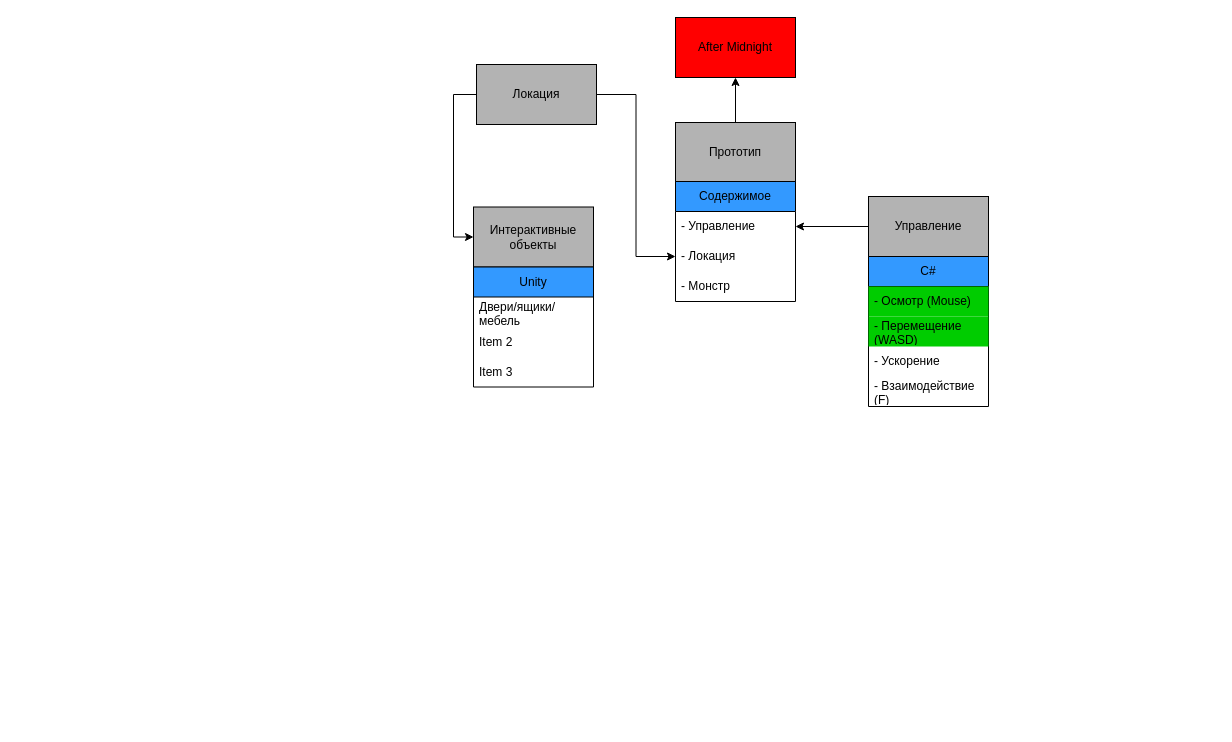
This is Docs/Map progress.drawio from Zurgn/AfterMidnight, a draw.io file, before an edit. Source tidied: cells renumbered, new cells numbered last; positions are measured from the earlier drawing's top-left corner, leaving out a move shared by most shapes. Both pictures are drawn from the tidied source at 100%, with x=0, y=0 at pixel (473, 17).
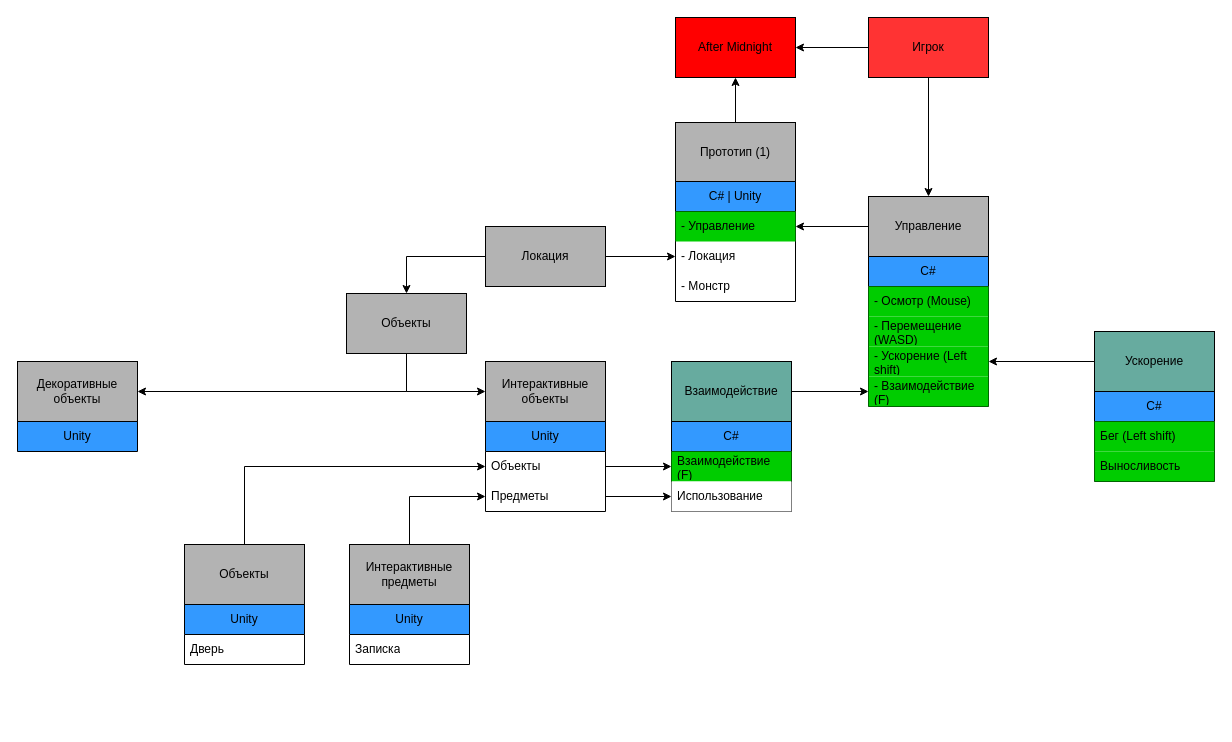
The same page after the edit.

The change refers to these unchanged cells:
```xml
<mxCell id="2" value="After Midnight" style="rounded=0;whiteSpace=wrap;html=1;fillColor=#FF0000;" parent="1" vertex="1">
  <mxGeometry x="202" width="120" height="60" as="geometry" />
</mxCell>
<mxCell id="8" value="Управление" style="rounded=0;whiteSpace=wrap;html=1;fillColor=#B3B3B3;" parent="7" vertex="1">
  <mxGeometry width="120" height="60" as="geometry" />
</mxCell>
<mxCell id="9" value="C#" style="swimlane;fontStyle=0;horizontal=1;startSize=30;whiteSpace=wrap;html=1;fillColor=#3399FF;" parent="7" vertex="1">
  <mxGeometry y="60" width="120" height="150" as="geometry" />
</mxCell>
<mxCell id="14" style="group;" parent="1" vertex="1">
  <mxGeometry x="202" y="105" width="120" height="149" as="geometry" />
</mxCell>
```

The edit, as a diff of the source:
```diff
@@
-    <mxCell id="4" style="edgeStyle=orthogonalEdgeStyle;rounded=0;jettySize=auto;html=1;exitX=0;exitY=0.5;exitDx=0;exitDy=0;entryX=0;entryY=0.5;entryDx=0;entryDy=0;" parent="1" edge="1" source="6" target="21">
-      <mxGeometry relative="1" as="geometry" />
-    </mxCell>
@@
+    <mxCell id="27" style="edgeStyle=orthogonalEdgeStyle;rounded=0;jettySize=auto;html=1;entryX=0.5;entryY=0;entryDx=0;entryDy=0;" parent="1" edge="1" source="6" target="41">
+      <mxGeometry relative="1" as="geometry" />
+    </mxCell>
     <mxCell id="6" value="Локация" style="rounded=0;whiteSpace=wrap;html=1;fillColor=#B3B3B3;" parent="1" vertex="1">
-      <mxGeometry x="3" y="47" width="120" height="60" as="geometry" />
+      <mxGeometry x="12" y="209" width="120" height="60" as="geometry" />
     </mxCell>
@@
-    <mxCell id="12" value="- Ускорение" style="text;align=left;verticalAlign=middle;spacingLeft=4;spacingRight=4;overflow=hidden;points=[[0,0.5],[1,0.5]];portConstraint=eastwest;whiteSpace=wrap;html=1;" parent="9" vertex="1">
+    <mxCell id="12" value="- Ускорение (Left shift)" style="text;align=left;verticalAlign=middle;spacingLeft=4;spacingRight=4;overflow=hidden;points=[[0,0.5],[1,0.5]];portConstraint=eastwest;whiteSpace=wrap;html=1;fillColor=#00CC00;" parent="9" vertex="1">
       <mxGeometry y="90" width="120" height="30" as="geometry" />
     </mxCell>
-    <mxCell id="13" value="- Взаимодействие (F)" style="text;strokeColor=none;fillColor=none;align=left;verticalAlign=middle;spacingLeft=4;spacingRight=4;overflow=hidden;points=[[0,0.5],[1,0.5]];portConstraint=eastwest;whiteSpace=wrap;html=1;" parent="9" vertex="1">
+    <mxCell id="13" value="- Взаимодействие (F)" style="text;strokeColor=none;fillColor=#00CC00;align=left;verticalAlign=middle;spacingLeft=4;spacingRight=4;overflow=hidden;points=[[0,0.5],[1,0.5]];portConstraint=eastwest;whiteSpace=wrap;html=1;" parent="9" vertex="1">
       <mxGeometry y="120" width="120" height="30" as="geometry" />
     </mxCell>
@@
-    <mxCell id="15" value="Прототип" style="rounded=0;whiteSpace=wrap;html=1;fillColor=#B3B3B3;" parent="14" vertex="1">
+    <mxCell id="15" value="Прототип (1)" style="rounded=0;whiteSpace=wrap;html=1;fillColor=#B3B3B3;" parent="14" vertex="1">
       <mxGeometry width="120" height="60" as="geometry" />
     </mxCell>
-    <mxCell id="16" value="Содержимое" style="swimlane;fontStyle=0;horizontal=1;startSize=30;whiteSpace=wrap;html=1;fillColor=#3399FF;" parent="14" vertex="1">
+    <mxCell id="16" value="C# | Unity" style="swimlane;fontStyle=0;horizontal=1;startSize=30;whiteSpace=wrap;html=1;fillColor=#3399FF;" parent="14" vertex="1">
       <mxGeometry y="59" width="120" height="120" as="geometry" />
     </mxCell>
-    <mxCell id="17" value="- Управление" style="text;strokeColor=none;fillColor=none;align=left;verticalAlign=middle;spacingLeft=4;spacingRight=4;overflow=hidden;points=[[0,0.5],[1,0.5]];portConstraint=eastwest;whiteSpace=wrap;html=1;" parent="16" vertex="1">
+    <mxCell id="17" value="- Управление" style="text;strokeColor=none;fillColor=#00CC00;align=left;verticalAlign=middle;spacingLeft=4;spacingRight=4;overflow=hidden;points=[[0,0.5],[1,0.5]];portConstraint=eastwest;whiteSpace=wrap;html=1;" parent="16" vertex="1">
       <mxGeometry y="30" width="120" height="30" as="geometry" />
     </mxCell>
@@
     <mxCell id="20" style="group;" parent="1" vertex="1">
-      <mxGeometry y="189.5" width="120" height="180" as="geometry" />
+      <mxGeometry x="12" y="344" width="120" height="180" as="geometry" />
     </mxCell>
+    <mxCell id="28" style="group;" parent="20" vertex="1">
+      <mxGeometry width="120" height="150" as="geometry" />
+    </mxCell>
-    <mxCell id="21" value="Интерактивные объекты" style="rounded=0;whiteSpace=wrap;html=1;fillColor=#B3B3B3;" parent="20" vertex="1">
+    <mxCell id="21" value="Интерактивные объекты" style="rounded=0;whiteSpace=wrap;html=1;fillColor=#B3B3B3;" parent="28" vertex="1">
       <mxGeometry width="120" height="60" as="geometry" />
     </mxCell>
-    <mxCell id="22" value="Unity" style="swimlane;fontStyle=0;horizontal=1;startSize=30;whiteSpace=wrap;html=1;fillColor=#3399FF;" parent="20" vertex="1">
-      <mxGeometry y="60" width="120" height="120" as="geometry" />
+    <mxCell id="22" value="Unity" style="swimlane;fontStyle=0;horizontal=1;startSize=30;whiteSpace=wrap;html=1;fillColor=#3399FF;" parent="28" vertex="1">
+      <mxGeometry y="60" width="120" height="90" as="geometry" />
     </mxCell>
-    <mxCell id="23" value="Двери/ящики/мебель" style="text;strokeColor=none;fillColor=none;align=left;verticalAlign=middle;spacingLeft=4;spacingRight=4;overflow=hidden;points=[[0,0.5],[1,0.5]];portConstraint=eastwest;whiteSpace=wrap;html=1;" parent="22" vertex="1">
+    <mxCell id="23" value="Объекты" style="text;strokeColor=none;fillColor=none;align=left;verticalAlign=middle;spacingLeft=4;spacingRight=4;overflow=hidden;points=[[0,0.5],[1,0.5]];portConstraint=eastwest;whiteSpace=wrap;html=1;" parent="22" vertex="1">
       <mxGeometry y="30" width="120" height="30" as="geometry" />
     </mxCell>
-    <mxCell id="24" value="Item 2" style="text;strokeColor=none;fillColor=none;align=left;verticalAlign=middle;spacingLeft=4;spacingRight=4;overflow=hidden;points=[[0,0.5],[1,0.5]];portConstraint=eastwest;whiteSpace=wrap;html=1;" parent="22" vertex="1">
+    <mxCell id="24" value="Предметы" style="text;strokeColor=none;fillColor=none;align=left;verticalAlign=middle;spacingLeft=4;spacingRight=4;overflow=hidden;points=[[0,0.5],[1,0.5]];portConstraint=eastwest;whiteSpace=wrap;html=1;" parent="22" vertex="1">
       <mxGeometry y="60" width="120" height="30" as="geometry" />
     </mxCell>
-    <mxCell id="25" value="Item 3" style="text;strokeColor=none;fillColor=none;align=left;verticalAlign=middle;spacingLeft=4;spacingRight=4;overflow=hidden;whiteSpace=wrap;html=1;" parent="22" vertex="1">
-      <mxGeometry y="90" width="120" height="30" as="geometry" />
-    </mxCell>
@@
+    <mxCell id="29" style="group;" parent="1" vertex="1">
+      <mxGeometry x="621" y="314" width="120" height="150" as="geometry" />
+    </mxCell>
+    <mxCell id="30" value="C#" style="swimlane;fontStyle=0;horizontal=1;startSize=30;whiteSpace=wrap;html=1;fillColor=#3399FF;" parent="29" vertex="1">
+      <mxGeometry y="60" width="120" height="90" as="geometry" />
+    </mxCell>
+    <mxCell id="31" value="Бег (Left shift)" style="text;strokeColor=none;fillColor=#00CC00;align=left;verticalAlign=middle;spacingLeft=4;spacingRight=4;overflow=hidden;whiteSpace=wrap;html=1;" parent="30" vertex="1">
+      <mxGeometry y="30" width="120" height="30" as="geometry" />
+    </mxCell>
+    <mxCell id="32" value="Выносливость" style="text;strokeColor=none;fillColor=#00CC00;align=left;verticalAlign=middle;spacingLeft=4;spacingRight=4;overflow=hidden;whiteSpace=wrap;html=1;" parent="30" vertex="1">
+      <mxGeometry y="60" width="120" height="30" as="geometry" />
+    </mxCell>
+    <mxCell id="33" value="Ускорение" style="rounded=0;whiteSpace=wrap;html=1;fillColor=#67AB9F;" parent="29" vertex="1">
+      <mxGeometry width="120" height="60" as="geometry" />
+    </mxCell>
+    <mxCell id="34" style="edgeStyle=orthogonalEdgeStyle;rounded=0;jettySize=auto;html=1;entryX=1;entryY=0.5;entryDx=0;entryDy=0;" parent="1" edge="1" source="33" target="12">
+      <mxGeometry relative="1" as="geometry" />
+    </mxCell>
+    <mxCell id="35" style="edgeStyle=orthogonalEdgeStyle;rounded=0;jettySize=auto;html=1;entryX=0;entryY=0.5;entryDx=0;entryDy=0;" parent="1" edge="1" source="48" target="13">
+      <mxGeometry relative="1" as="geometry" />
+    </mxCell>
+    <mxCell id="36" style="edgeStyle=orthogonalEdgeStyle;rounded=0;jettySize=auto;html=1;entryX=0.5;entryY=0;entryDx=0;entryDy=0;" parent="1" edge="1" source="38" target="8">
+      <mxGeometry relative="1" as="geometry" />
+    </mxCell>
+    <mxCell id="37" style="edgeStyle=orthogonalEdgeStyle;rounded=0;jettySize=auto;html=1;entryX=1;entryY=0.5;entryDx=0;entryDy=0;" parent="1" edge="1" source="38" target="2">
+      <mxGeometry relative="1" as="geometry" />
+    </mxCell>
+    <mxCell id="38" value="Игрок" style="rounded=0;whiteSpace=wrap;html=1;fillColor=#FF3333;" parent="1" vertex="1">
+      <mxGeometry x="395" width="120" height="60" as="geometry" />
+    </mxCell>
+    <mxCell id="39" style="edgeStyle=orthogonalEdgeStyle;rounded=0;jettySize=auto;html=1;entryX=0;entryY=0.5;entryDx=0;entryDy=0;exitX=0.5;exitY=1;exitDx=0;exitDy=0;" parent="1" edge="1" source="41" target="21">
+      <mxGeometry relative="1" as="geometry">
+        <Array as="points">
+          <mxPoint x="-67" y="374" />
+        </Array>
+      </mxGeometry>
+    </mxCell>
+    <mxCell id="40" style="edgeStyle=orthogonalEdgeStyle;rounded=0;jettySize=auto;html=1;entryX=1;entryY=0.5;entryDx=0;entryDy=0;exitX=0.5;exitY=1;exitDx=0;exitDy=0;" parent="1" edge="1" source="41" target="61">
+      <mxGeometry relative="1" as="geometry" />
+    </mxCell>
+    <mxCell id="41" value="Объекты" style="rounded=0;whiteSpace=wrap;html=1;fillColor=#B3B3B3;" parent="1" vertex="1">
+      <mxGeometry x="-127" y="276" width="120" height="60" as="geometry" />
+    </mxCell>
+    <mxCell id="42" style="edgeStyle=orthogonalEdgeStyle;rounded=0;jettySize=auto;html=1;entryX=0;entryY=0.5;entryDx=0;entryDy=0;" parent="1" edge="1" source="44" target="24">
+      <mxGeometry relative="1" as="geometry" />
+    </mxCell>
+    <mxCell id="43" style="group;" parent="1" vertex="1">
+      <mxGeometry x="-124" y="527" width="120" height="180" as="geometry" />
+    </mxCell>
+    <mxCell id="44" value="Интерактивные предметы" style="rounded=0;whiteSpace=wrap;html=1;fillColor=#B3B3B3;" parent="43" vertex="1">
+      <mxGeometry width="120" height="60" as="geometry" />
+    </mxCell>
+    <mxCell id="45" value="Unity" style="swimlane;fontStyle=0;horizontal=1;startSize=30;whiteSpace=wrap;html=1;fillColor=#3399FF;" parent="43" vertex="1">
+      <mxGeometry y="60" width="120" height="60" as="geometry" />
+    </mxCell>
+    <mxCell id="46" value="Записка" style="text;strokeColor=none;fillColor=none;align=left;verticalAlign=middle;spacingLeft=4;spacingRight=4;overflow=hidden;whiteSpace=wrap;html=1;" parent="45" vertex="1">
+      <mxGeometry y="30" width="120" height="30" as="geometry" />
+    </mxCell>
+    <mxCell id="47" style="group;" parent="1" vertex="1">
+      <mxGeometry x="198" y="344" width="120" height="120" as="geometry" />
+    </mxCell>
+    <mxCell id="48" value="Взаимодействие" style="rounded=0;whiteSpace=wrap;html=1;fillColor=#67AB9F;" parent="47" vertex="1">
+      <mxGeometry width="120" height="60" as="geometry" />
+    </mxCell>
+    <mxCell id="49" value="C#" style="swimlane;fontStyle=0;horizontal=1;startSize=30;whiteSpace=wrap;html=1;fillColor=#3399FF;" parent="47" vertex="1">
+      <mxGeometry y="60" width="120" height="90" as="geometry" />
+    </mxCell>
+    <mxCell id="50" value="Взаимодействие (F)" style="text;strokeColor=none;fillColor=#00CC00;align=left;verticalAlign=middle;spacingLeft=4;spacingRight=4;overflow=hidden;whiteSpace=wrap;html=1;" parent="49" vertex="1">
+      <mxGeometry y="30" width="120" height="30" as="geometry" />
+    </mxCell>
+    <mxCell id="51" value="Использование" style="text;strokeColor=none;fillColor=default;align=left;verticalAlign=middle;spacingLeft=4;spacingRight=4;overflow=hidden;points=[[0,0.5],[1,0.5]];portConstraint=eastwest;whiteSpace=wrap;html=1;" parent="49" vertex="1">
+      <mxGeometry y="60" width="120" height="30" as="geometry" />
+    </mxCell>
+    <mxCell id="52" style="edgeStyle=orthogonalEdgeStyle;rounded=0;jettySize=auto;html=1;exitX=1;exitY=0.5;exitDx=0;exitDy=0;entryX=0;entryY=0.5;entryDx=0;entryDy=0;" parent="1" edge="1" source="24" target="51">
+      <mxGeometry relative="1" as="geometry" />
+    </mxCell>
+    <mxCell id="53" style="edgeStyle=orthogonalEdgeStyle;rounded=0;jettySize=auto;html=1;entryX=0;entryY=0.5;entryDx=0;entryDy=0;" parent="1" edge="1" source="22" target="49">
+      <mxGeometry relative="1" as="geometry" />
+    </mxCell>
+    <mxCell id="54" style="group;" parent="1" vertex="1">
+      <mxGeometry x="-289" y="527" width="120" height="180" as="geometry" />
+    </mxCell>
+    <mxCell id="55" style="group;" parent="54" vertex="1">
+      <mxGeometry width="120" height="120" as="geometry" />
+    </mxCell>
+    <mxCell id="56" value="Объекты" style="rounded=0;whiteSpace=wrap;html=1;fillColor=#B3B3B3;" parent="55" vertex="1">
+      <mxGeometry width="120" height="60" as="geometry" />
+    </mxCell>
+    <mxCell id="57" value="&lt;span&gt;Unity&lt;/span&gt;" style="swimlane;fontStyle=0;horizontal=1;startSize=30;whiteSpace=wrap;html=1;fillColor=#3399FF;" parent="55" vertex="1">
+      <mxGeometry y="60" width="120" height="60" as="geometry" />
+    </mxCell>
+    <mxCell id="58" value="Дверь" style="text;strokeColor=none;fillColor=none;align=left;verticalAlign=middle;spacingLeft=4;spacingRight=4;overflow=hidden;whiteSpace=wrap;html=1;" parent="57" vertex="1">
+      <mxGeometry y="30" width="120" height="30" as="geometry" />
+    </mxCell>
+    <mxCell id="59" style="edgeStyle=orthogonalEdgeStyle;rounded=0;jettySize=auto;html=1;entryX=0;entryY=0.5;entryDx=0;entryDy=0;" parent="1" edge="1" source="56" target="23">
+      <mxGeometry relative="1" as="geometry" />
+    </mxCell>
+    <mxCell id="60" style="group;" parent="1" vertex="1">
+      <mxGeometry x="-456" y="344" width="120" height="90" as="geometry" />
+    </mxCell>
+    <mxCell id="61" value="Декоративные объекты" style="rounded=0;whiteSpace=wrap;html=1;fillColor=#B3B3B3;" parent="60" vertex="1">
+      <mxGeometry width="120" height="60" as="geometry" />
+    </mxCell>
+    <mxCell id="62" value="Unity" style="swimlane;fontStyle=0;horizontal=1;startSize=30;whiteSpace=wrap;html=1;fillColor=#3399FF;" parent="60" vertex="1" collapsed="1">
+      <mxGeometry y="60" width="120" height="30" as="geometry" />
+    </mxCell>
```
